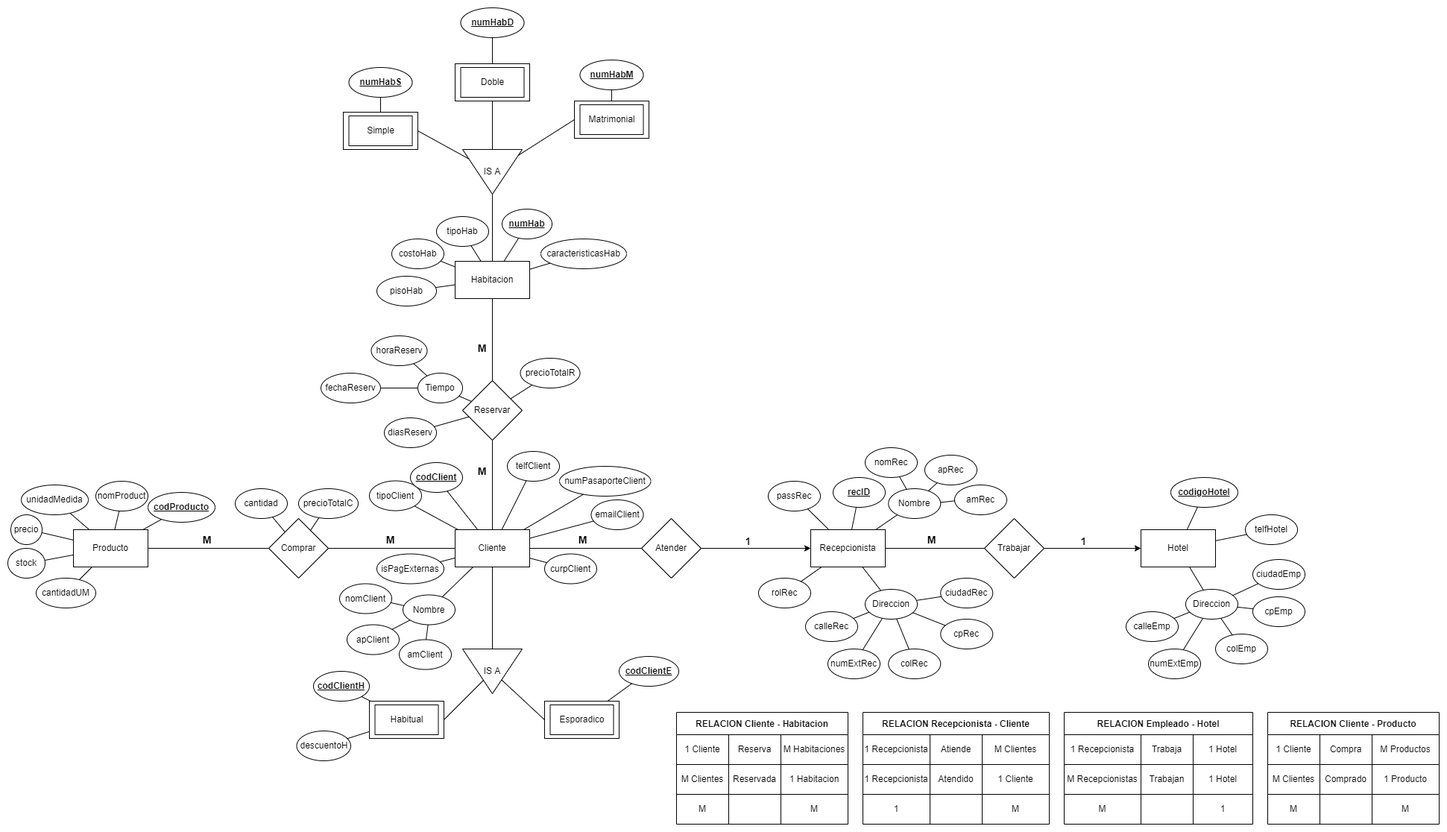
The draw.io diagram diagrams/db_Hotel.png in AngelDavidLA03/Reserva-Hotel, before a commit. Source tidied: cells renumbered, new cells last; positions are measured from the earlier drawing's top-left corner, leaving out a move shared by most shapes.
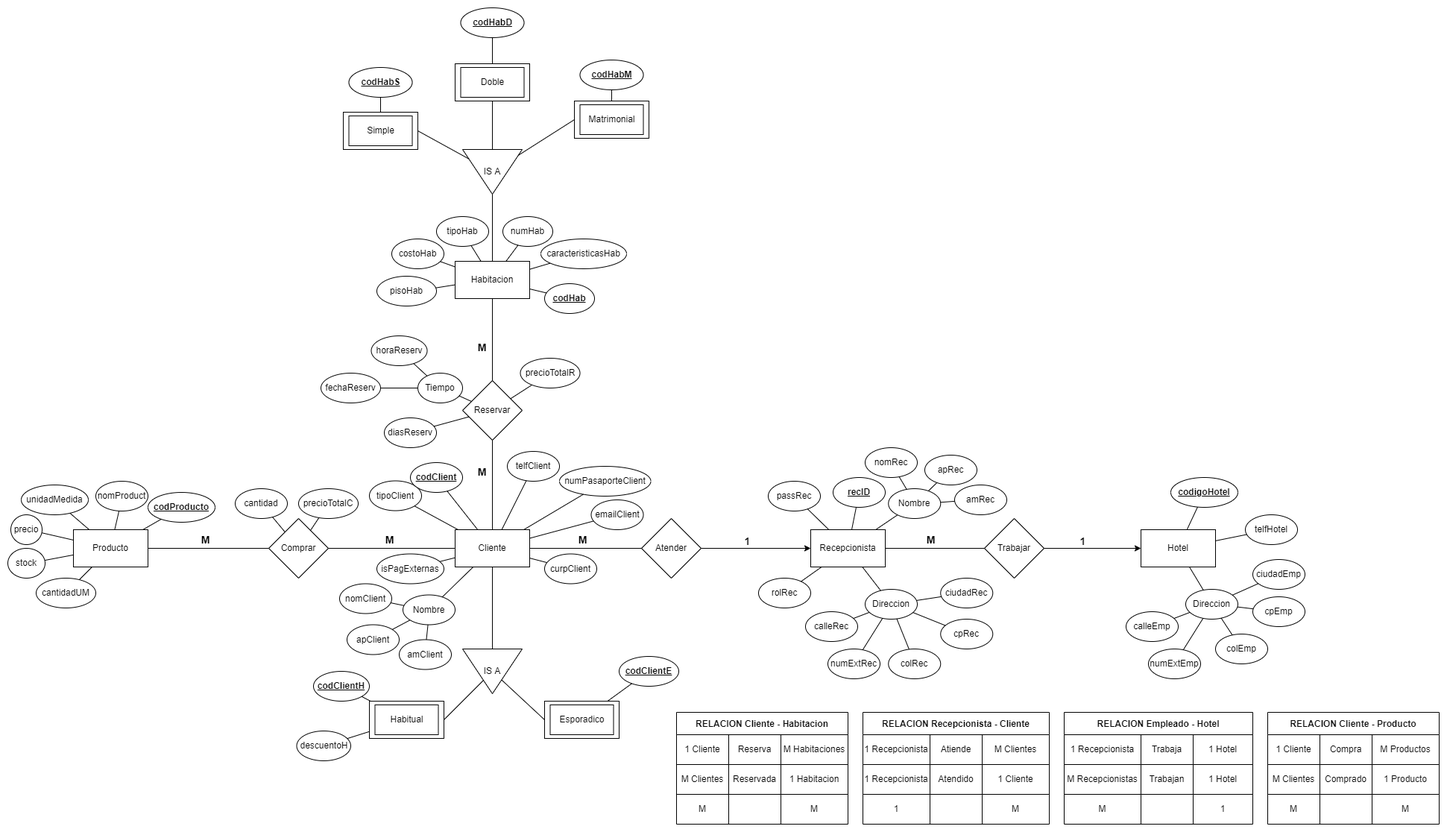
Later version of the same file.

The edit, as a diff of the source:
```diff
@@ -2,8 +2,8 @@
   <root>
     <mxCell id="0" />
     <mxCell id="1" parent="0" />
-    <mxCell id="2" value="&lt;span&gt;&lt;span&gt;&lt;b&gt;&lt;u&gt;numHab&lt;/u&gt;&lt;/b&gt;&lt;/span&gt;&lt;/span&gt;" style="ellipse;whiteSpace=wrap;html=1;fontStyle=0;" parent="1" vertex="1">
-      <mxGeometry x="663" y="270" width="67" height="40" as="geometry" />
+    <mxCell id="2" value="&lt;span&gt;&lt;span&gt;&lt;b&gt;&lt;u&gt;codHab&lt;/u&gt;&lt;/b&gt;&lt;/span&gt;&lt;/span&gt;" style="ellipse;whiteSpace=wrap;html=1;fontStyle=0;" parent="1" vertex="1">
+      <mxGeometry x="720" y="370" width="67" height="40" as="geometry" />
     </mxCell>
     <mxCell id="3" value="Habitacion" style="whiteSpace=wrap;html=1;" parent="1" vertex="1">
       <mxGeometry x="600" y="340" width="100" height="50" as="geometry" />
@@ -216,13 +216,13 @@
     <mxCell id="71" style="endArrow=none;html=1;rounded=0;" parent="1" edge="1" source="70" target="6">
       <mxGeometry relative="1" as="geometry" />
     </mxCell>
-    <mxCell id="72" value="&lt;u&gt;&lt;b&gt;numHabS&lt;/b&gt;&lt;/u&gt;" style="ellipse;whiteSpace=wrap;html=1;fontStyle=0;" parent="1" vertex="1">
+    <mxCell id="72" value="&lt;u&gt;&lt;b&gt;codHabS&lt;/b&gt;&lt;/u&gt;" style="ellipse;whiteSpace=wrap;html=1;fontStyle=0;" parent="1" vertex="1">
       <mxGeometry x="457.5" y="80" width="85" height="40" as="geometry" />
     </mxCell>
-    <mxCell id="73" value="&lt;u&gt;&lt;b&gt;numHabM&lt;/b&gt;&lt;/u&gt;" style="ellipse;whiteSpace=wrap;html=1;fontStyle=0;" parent="1" vertex="1">
+    <mxCell id="73" value="&lt;u&gt;&lt;b&gt;codHabM&lt;/b&gt;&lt;/u&gt;" style="ellipse;whiteSpace=wrap;html=1;fontStyle=0;" parent="1" vertex="1">
       <mxGeometry x="767.5" y="70" width="85" height="40" as="geometry" />
     </mxCell>
-    <mxCell id="74" value="&lt;u&gt;&lt;b&gt;numHabD&lt;/b&gt;&lt;/u&gt;" style="ellipse;whiteSpace=wrap;html=1;fontStyle=0;" parent="1" vertex="1">
+    <mxCell id="74" value="&lt;u&gt;&lt;b&gt;codHabD&lt;/b&gt;&lt;/u&gt;" style="ellipse;whiteSpace=wrap;html=1;fontStyle=0;" parent="1" vertex="1">
       <mxGeometry x="607.5" width="85" height="40" as="geometry" />
     </mxCell>
     <mxCell id="75" style="endArrow=none;html=1;rounded=0;" parent="1" edge="1" source="61" target="74">
@@ -663,5 +663,11 @@
     <mxCell id="216" style="endArrow=none;html=1;rounded=0;" parent="1" edge="1" source="6" target="215">
       <mxGeometry relative="1" as="geometry" />
     </mxCell>
+    <mxCell id="217" value="&lt;span&gt;&lt;span&gt;&lt;span&gt;&lt;span&gt;numHab&lt;/span&gt;&lt;/span&gt;&lt;/span&gt;&lt;/span&gt;" style="ellipse;whiteSpace=wrap;html=1;fontStyle=0;" parent="1" vertex="1">
+      <mxGeometry x="664" y="280" width="67" height="40" as="geometry" />
+    </mxCell>
+    <mxCell id="218" style="endArrow=none;html=1;rounded=0;" parent="1" edge="1" source="217" target="3">
+      <mxGeometry relative="1" as="geometry" />
+    </mxCell>
   </root>
 </mxGraphModel>
```
